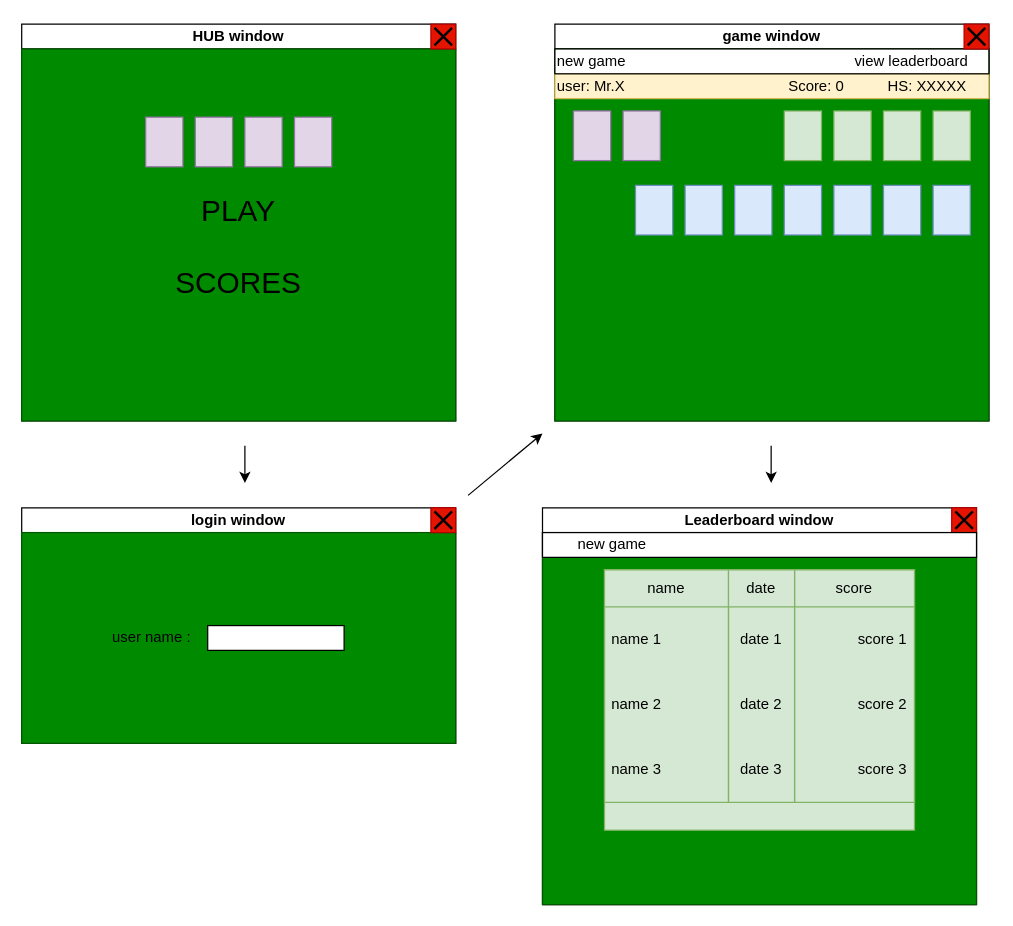
The draw.io diagram shema_Klondike.drawio in RBersier/Klondike, before the edit. Source tidied: cells renumbered, new cells numbered last; positions are measured from the earlier drawing's top-left corner, leaving out a move shared by most shapes. Both pictures are drawn from the tidied source at 124%, with x=0, y=0 at pixel (21, 24).
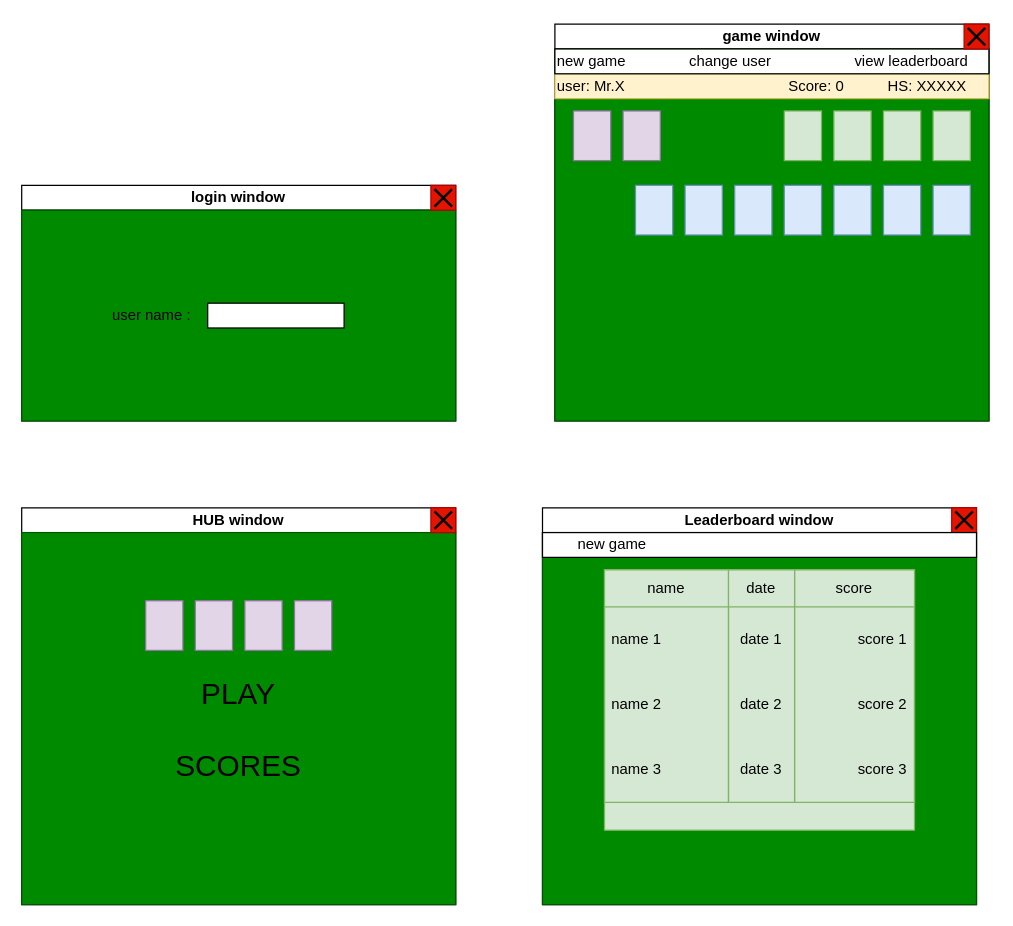
Above is the later version.

The change refers to these unchanged cells:
```xml
<mxCell id="2" value="game window" style="swimlane;whiteSpace=wrap;html=1;startSize=20;" parent="1" vertex="1">
  <mxGeometry x="430" width="350" height="320" as="geometry" />
</mxCell>
```

Diff of the diagram source:
```diff
@@
-    <mxCell id="18" value="&lt;div style=&quot;&quot;&gt;new game&lt;span style=&quot;white-space: pre;&quot;&gt;&#9;&lt;/span&gt;&lt;span style=&quot;white-space: pre;&quot;&gt;&#9;&lt;/span&gt;&lt;span style=&quot;white-space: pre;&quot;&gt;&#9;&lt;/span&gt;&lt;span style=&quot;white-space: pre;&quot;&gt;&#9;&lt;/span&gt;&lt;span style=&quot;white-space: pre;&quot;&gt;&#9;&lt;/span&gt;&lt;span style=&quot;white-space: pre;&quot;&gt;&#9;&lt;/span&gt;&lt;span style=&quot;white-space: pre;&quot;&gt;&#9;view&lt;/span&gt;&amp;nbsp;&lt;span style=&quot;white-space: pre;&quot;&gt;leaderboard&lt;/span&gt;&lt;/div&gt;" style="rounded=0;whiteSpace=wrap;html=1;align=left;" parent="2" vertex="1">
+    <mxCell id="18" value="&lt;div style=&quot;&quot;&gt;new game&lt;span style=&quot;white-space: pre;&quot;&gt;&#9;&lt;span style=&quot;white-space: pre;&quot;&gt;&#9;&lt;/span&gt;&lt;/span&gt;change user&lt;span style=&quot;white-space: pre;&quot;&gt;&#9;&lt;/span&gt;&lt;span style=&quot;white-space: pre;&quot;&gt;&#9;&lt;/span&gt;&lt;span style=&quot;white-space: pre;&quot;&gt;&#9;&lt;/span&gt;&lt;span style=&quot;white-space: pre;&quot;&gt;view&lt;/span&gt;&amp;nbsp;&lt;span style=&quot;white-space: pre;&quot;&gt;leaderboard&lt;/span&gt;&lt;/div&gt;" style="rounded=0;whiteSpace=wrap;html=1;align=left;" parent="2" vertex="1">
       <mxGeometry y="20" width="350" height="20" as="geometry" />
     </mxCell>
@@
     <mxCell id="22" value="HUB window" style="swimlane;whiteSpace=wrap;html=1;startSize=20;" parent="1" vertex="1">
-      <mxGeometry width="350" height="320" as="geometry" />
+      <mxGeometry y="390" width="350" height="320" as="geometry" />
     </mxCell>
@@
     <mxCell id="51" value="login window" style="swimlane;whiteSpace=wrap;html=1;startSize=20;" parent="1" vertex="1">
-      <mxGeometry y="390" width="350" height="190" as="geometry" />
+      <mxGeometry y="130" width="350" height="190" as="geometry" />
     </mxCell>
@@
-    <mxCell id="58" style="endArrow=classic;html=1;rounded=0;" parent="1" edge="1">
-      <mxGeometry relative="1" as="geometry">
-        <mxPoint x="180" y="340" as="sourcePoint" />
-        <mxPoint x="180" y="370" as="targetPoint" />
-        <Array as="points">
-          <mxPoint x="180" y="360" />
-        </Array>
-      </mxGeometry>
-    </mxCell>
-    <mxCell id="59" style="endArrow=classic;html=1;rounded=0;" parent="1" edge="1">
-      <mxGeometry relative="1" as="geometry">
-        <mxPoint x="604.4" y="340" as="sourcePoint" />
-        <mxPoint x="604.4" y="370" as="targetPoint" />
-        <Array as="points">
-          <mxPoint x="604.4" y="360" />
-        </Array>
-      </mxGeometry>
-    </mxCell>
-    <mxCell id="60" style="endArrow=classic;html=1;rounded=0;" parent="1" edge="1">
-      <mxGeometry relative="1" as="geometry">
-        <mxPoint x="360" y="380" as="sourcePoint" />
-        <mxPoint x="420" y="330" as="targetPoint" />
-      </mxGeometry>
-    </mxCell>
```
